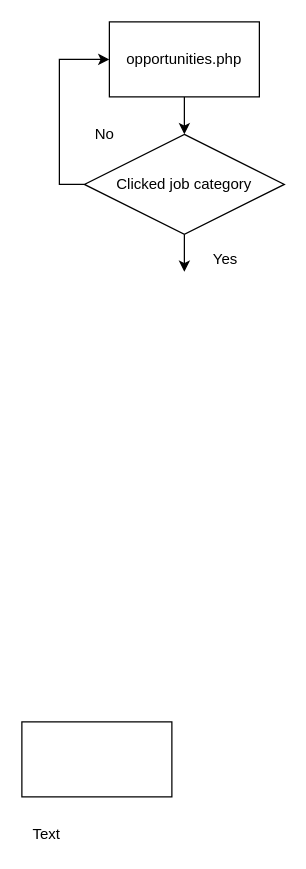
Above: Untitled Diagram.drawio in harrogateweb/codesnippets (draw.io), before the change. Source tidied: cells renumbered, new cells numbered last; positions are measured from the earlier drawing's top-left corner, leaving out a move shared by most shapes. Both pictures are drawn from the tidied source at 125%, with x=0, y=0 at pixel (21, 21).
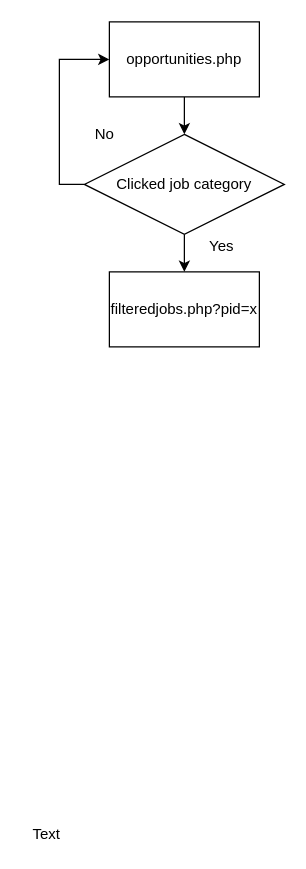
Above is the later version.

Change to the diagram source:
```diff
@@
 <mxGraphModel>
   <root>
     <mxCell id="0" />
     <mxCell id="1" parent="0" />
     <mxCell id="2" value="opportunities.php" style="rounded=0;whiteSpace=wrap;html=1;" parent="1" vertex="1">
       <mxGeometry x="70" width="120" height="60" as="geometry" />
     </mxCell>
     <mxCell id="3" style="endArrow=classic;html=1;exitX=0.5;exitY=1;exitDx=0;exitDy=0;" parent="1" edge="1" source="2">
       <mxGeometry relative="1" as="geometry">
         <mxPoint x="130" y="90" as="targetPoint" />
       </mxGeometry>
     </mxCell>
-    <mxCell id="4" style="rounded=0;whiteSpace=wrap;html=1;" parent="1" vertex="1">
-      <mxGeometry y="560" width="120" height="60" as="geometry" />
+    <mxCell id="4" value="filteredjobs.php?pid=x" style="rounded=0;whiteSpace=wrap;html=1;" parent="1" vertex="1">
+      <mxGeometry x="70" y="200" width="120" height="60" as="geometry" />
     </mxCell>
     <mxCell id="5" style="edgeStyle=orthogonalEdgeStyle;rounded=0;jettySize=auto;html=1;exitX=0;exitY=0.5;exitDx=0;exitDy=0;entryX=0;entryY=0.5;entryDx=0;entryDy=0;" parent="1" edge="1" source="6" target="2">
       <mxGeometry relative="1" as="geometry" />
     </mxCell>
     <mxCell id="6" value="Clicked job category" style="rhombus;whiteSpace=wrap;html=1;" parent="1" vertex="1">
       <mxGeometry x="50" y="90" width="160" height="80" as="geometry" />
     </mxCell>
     <mxCell id="7" style="endArrow=classic;html=1;exitX=0.5;exitY=1;exitDx=0;exitDy=0;" parent="1" edge="1" source="6">
       <mxGeometry relative="1" as="geometry">
         <mxPoint x="130" y="200" as="targetPoint" />
       </mxGeometry>
     </mxCell>
     <mxCell id="8" value="Yes" style="text;html=1;strokeColor=none;fillColor=none;align=center;verticalAlign=middle;whiteSpace=wrap;rounded=0;" parent="1" vertex="1">
-      <mxGeometry x="143" y="180" width="40" height="20" as="geometry" />
+      <mxGeometry x="140" y="170" width="40" height="20" as="geometry" />
     </mxCell>
     <mxCell id="9" value="Text" style="text;html=1;strokeColor=none;fillColor=none;align=center;verticalAlign=middle;whiteSpace=wrap;rounded=0;" parent="1" vertex="1">
       <mxGeometry y="640" width="40" height="20" as="geometry" />
     </mxCell>
     <mxCell id="10" value="No" style="text;html=1;align=center;verticalAlign=middle;" parent="1" vertex="1">
       <mxGeometry x="51" y="80" width="30" height="20" as="geometry" />
     </mxCell>
   </root>
 </mxGraphModel>
```
